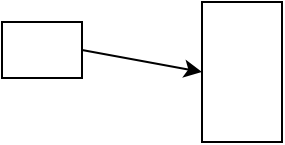
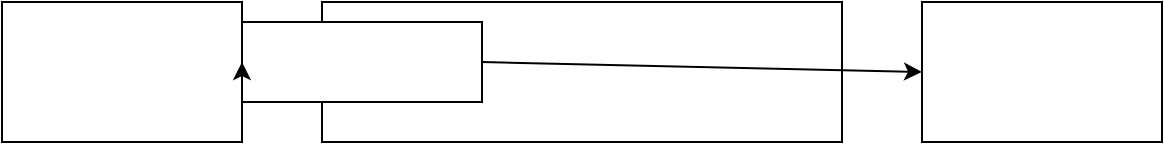
<mxfile>
  <diagram>
    <mxGraphModel>
      <root>
        <mxCell id="0"/>
        <mxCell id="1" parent="0"/>
-         <object gap="4" name="bus" placeholders="1" id="10">
-           <mxCell style="drawclockType=wire;points=[[0.0000,0.5000,0,0,0],[1.0000,0.5000,0,0,0]];" vertex="1" parent="1">
-             <mxGeometry x="120" y="50" width="40" height="28" as="geometry"/>
+         <object gap="4" name="src0" placeholders="1" id="8">
+           <mxCell style="drawclockType=source;points=[[1.0000,0.5000,0,0,0]];" vertex="1" parent="1">
+             <mxGeometry x="0" y="40" width="120" height="70" as="geometry"/>
+           </mxCell>
+         </object>
+         <object gap="4" name="clk0" placeholders="1" id="9">
+           <mxCell style="drawclockType=clock;points=[[0.0000,0.5000,0,0,0]];" vertex="1" parent="1">
+             <mxGeometry x="160" y="40" width="260" height="70" as="geometry"/>
+           </mxCell>
+         </object>
+         <object gap="4" name="clk0" placeholders="1" id="10">
+           <mxCell style="drawclockType=from;points=[[1.0000,0.5000,0,0,0]];" vertex="1" parent="1">
+             <mxGeometry x="120" y="50" width="120" height="40" as="geometry"/>
          </mxCell>
        </object>
        <object gap="4" name="gate0" placeholders="1" id="11">
          <mxCell style="drawclockType=gate;points=[[0.0000,0.5000,0,0,0],[1.0000,0.5000,0,0,0]];" vertex="1" parent="1">
-             <mxGeometry x="220" y="40" width="40" height="70" as="geometry"/>
+             <mxGeometry x="460" y="40" width="120" height="70" as="geometry"/>
          </mxCell>
        </object>
+         <mxCell id="18" style="exitX=1;exitY=0.5;entryX=0;entryY=0.5;" edge="1" parent="1" source="8" target="10">
+           <mxGeometry relative="1" as="geometry"/>
+         </mxCell>
        <mxCell id="20" style="exitX=1;exitY=0.5;entryX=0;entryY=0.5;" edge="1" parent="1" source="10" target="11">
          <mxGeometry relative="1" as="geometry"/>
        </mxCell>
      </root>
    </mxGraphModel>
  </diagram>
</mxfile>
